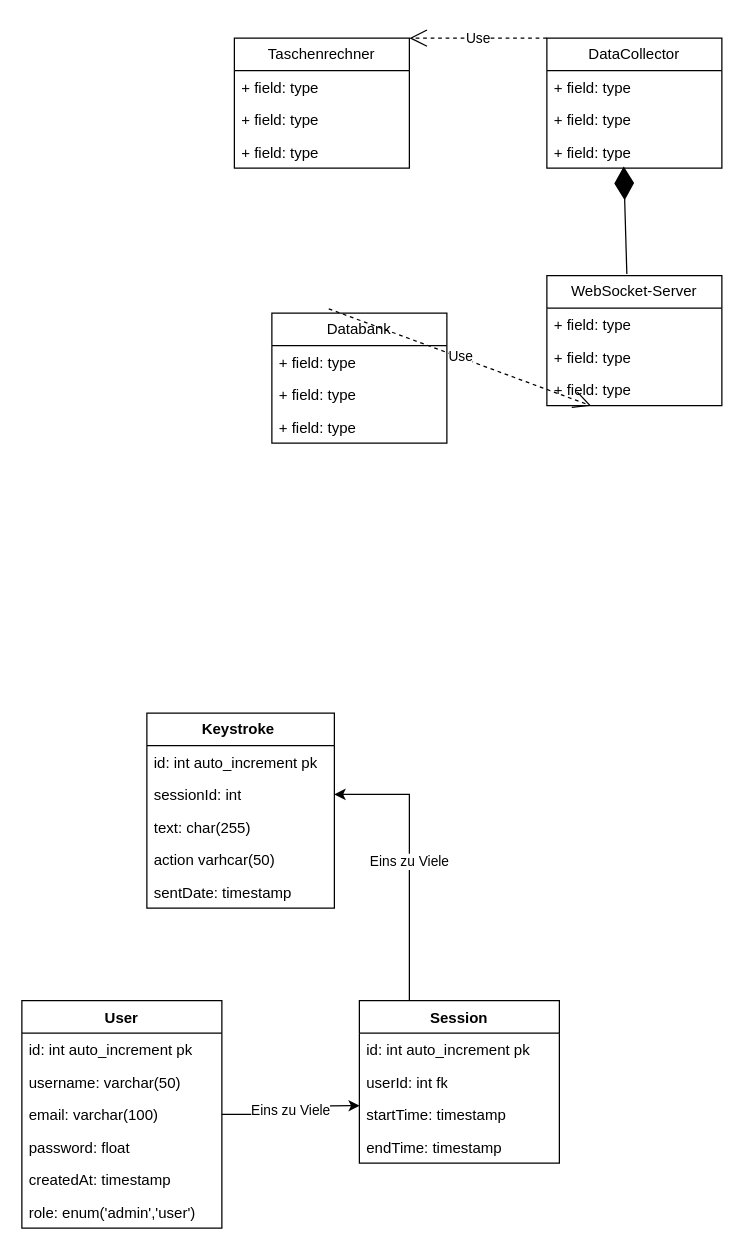
Earlier version of the draw.io diagram abschluss_projekt_modul_295/KlassenDiagramm.drawio (mykhaylo-zhovkevych/Viruses_Collection). Source tidied: cells renumbered, new cells numbered last; positions are measured from the earlier drawing's top-left corner, leaving out a move shared by most shapes. Both pictures are drawn from the tidied source at 125%, with x=0, y=0 at pixel (21, 38).
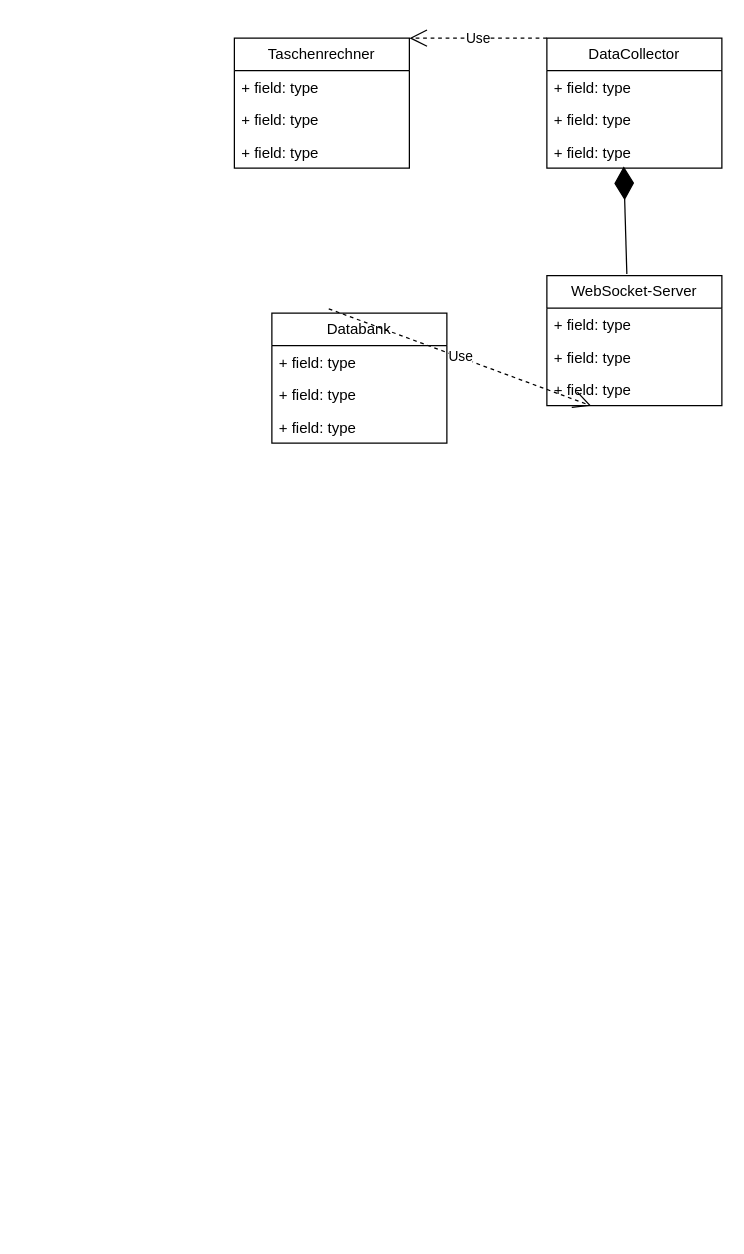
Above is the later version.

What changed in the source:
```diff
@@
-    <mxCell id="21" value="&lt;b&gt;Keystroke&amp;nbsp;&lt;/b&gt;" style="swimlane;fontStyle=0;horizontal=1;startSize=26;fillColor=none;whiteSpace=wrap;html=1;" parent="1" vertex="1">
-      <mxGeometry x="100" y="540" width="150" height="156" as="geometry" />
-    </mxCell>
-    <mxCell id="22" value="id: int auto_increment pk" style="text;strokeColor=none;fillColor=none;align=left;verticalAlign=top;spacingLeft=4;spacingRight=4;overflow=hidden;whiteSpace=wrap;html=1;" parent="21" vertex="1">
-      <mxGeometry y="26" width="150" height="26" as="geometry" />
-    </mxCell>
-    <mxCell id="23" value="sessionId: int" style="text;strokeColor=none;fillColor=none;align=left;verticalAlign=top;spacingLeft=4;spacingRight=4;overflow=hidden;points=[[0,0.5],[1,0.5]];portConstraint=eastwest;whiteSpace=wrap;html=1;" parent="21" vertex="1">
-      <mxGeometry y="52" width="150" height="26" as="geometry" />
-    </mxCell>
-    <mxCell id="24" value="text: char(255)" style="text;strokeColor=none;fillColor=none;align=left;verticalAlign=top;spacingLeft=4;spacingRight=4;overflow=hidden;whiteSpace=wrap;html=1;" parent="21" vertex="1">
-      <mxGeometry y="78" width="150" height="26" as="geometry" />
-    </mxCell>
-    <mxCell id="25" value="action varhcar(50)" style="text;strokeColor=none;fillColor=none;align=left;verticalAlign=top;spacingLeft=4;spacingRight=4;overflow=hidden;whiteSpace=wrap;html=1;" parent="21" vertex="1">
-      <mxGeometry y="104" width="150" height="26" as="geometry" />
-    </mxCell>
-    <mxCell id="26" value="sentDate: timestamp" style="text;strokeColor=none;fillColor=none;align=left;verticalAlign=top;spacingLeft=4;spacingRight=4;overflow=hidden;whiteSpace=wrap;html=1;" parent="21" vertex="1">
-      <mxGeometry y="130" width="150" height="26" as="geometry" />
-    </mxCell>
-    <mxCell id="27" value="User" style="swimlane;fontStyle=1;align=center;verticalAlign=top;horizontal=1;startSize=26;whiteSpace=wrap;html=1;" parent="1" vertex="1">
-      <mxGeometry y="770" width="160" height="182" as="geometry" />
-    </mxCell>
-    <mxCell id="28" value="id: int auto_increment pk" style="text;strokeColor=none;fillColor=none;align=left;verticalAlign=top;spacingLeft=4;spacingRight=4;overflow=hidden;whiteSpace=wrap;html=1;" parent="27" vertex="1">
-      <mxGeometry y="26" width="160" height="26" as="geometry" />
-    </mxCell>
-    <mxCell id="29" value="username: varchar(50)" style="text;strokeColor=none;fillColor=none;align=left;verticalAlign=top;spacingLeft=4;spacingRight=4;overflow=hidden;whiteSpace=wrap;html=1;" parent="27" vertex="1">
-      <mxGeometry y="52" width="160" height="26" as="geometry" />
-    </mxCell>
-    <mxCell id="30" value="email: varchar(100)" style="text;strokeColor=none;fillColor=none;align=left;verticalAlign=top;spacingLeft=4;spacingRight=4;overflow=hidden;points=[[0,0.5],[1,0.5]];portConstraint=eastwest;whiteSpace=wrap;html=1;" parent="27" vertex="1">
-      <mxGeometry y="78" width="160" height="26" as="geometry" />
-    </mxCell>
-    <mxCell id="31" value="password: float" style="text;strokeColor=none;fillColor=none;align=left;verticalAlign=top;spacingLeft=4;spacingRight=4;overflow=hidden;whiteSpace=wrap;html=1;" parent="27" vertex="1">
-      <mxGeometry y="104" width="160" height="26" as="geometry" />
-    </mxCell>
-    <mxCell id="32" value="createdAt: timestamp" style="text;strokeColor=none;fillColor=none;align=left;verticalAlign=top;spacingLeft=4;spacingRight=4;overflow=hidden;whiteSpace=wrap;html=1;" parent="27" vertex="1">
-      <mxGeometry y="130" width="160" height="26" as="geometry" />
-    </mxCell>
-    <mxCell id="33" value="role: enum('admin','user')" style="text;strokeColor=none;fillColor=none;align=left;verticalAlign=top;spacingLeft=4;spacingRight=4;overflow=hidden;whiteSpace=wrap;html=1;" parent="27" vertex="1">
-      <mxGeometry y="156" width="160" height="26" as="geometry" />
-    </mxCell>
-    <mxCell id="34" value="Session" style="swimlane;fontStyle=1;align=center;verticalAlign=top;horizontal=1;startSize=26;whiteSpace=wrap;html=1;" parent="1" vertex="1">
-      <mxGeometry x="270" y="770" width="160" height="130" as="geometry" />
-    </mxCell>
-    <mxCell id="35" value="id: int auto_increment pk" style="text;strokeColor=none;fillColor=none;align=left;verticalAlign=top;spacingLeft=4;spacingRight=4;overflow=hidden;whiteSpace=wrap;html=1;" parent="34" vertex="1">
-      <mxGeometry y="26" width="160" height="26" as="geometry" />
-    </mxCell>
-    <mxCell id="36" value="userId: int fk" style="text;strokeColor=none;fillColor=none;align=left;verticalAlign=top;spacingLeft=4;spacingRight=4;overflow=hidden;whiteSpace=wrap;html=1;" parent="34" vertex="1">
-      <mxGeometry y="52" width="160" height="26" as="geometry" />
-    </mxCell>
-    <mxCell id="37" value="startTime: timestamp&amp;nbsp;" style="text;strokeColor=none;fillColor=none;align=left;verticalAlign=top;spacingLeft=4;spacingRight=4;overflow=hidden;whiteSpace=wrap;html=1;" parent="34" vertex="1">
-      <mxGeometry y="78" width="160" height="26" as="geometry" />
-    </mxCell>
-    <mxCell id="38" value="endTime: timestamp" style="text;strokeColor=none;fillColor=none;align=left;verticalAlign=top;spacingLeft=4;spacingRight=4;overflow=hidden;whiteSpace=wrap;html=1;" parent="34" vertex="1">
-      <mxGeometry y="104" width="160" height="26" as="geometry" />
-    </mxCell>
-    <mxCell id="39" value="Eins zu Viele" style="edgeStyle=orthogonalEdgeStyle;rounded=0;jettySize=auto;html=1;exitX=1;exitY=0.5;exitDx=0;exitDy=0;entryX=0.002;entryY=0.231;entryDx=0;entryDy=0;entryPerimeter=0;" parent="1" edge="1" source="30">
-      <mxGeometry x="-0.01" relative="1" as="geometry">
-        <mxPoint x="270.3" y="854" as="targetPoint" />
-      </mxGeometry>
-    </mxCell>
-    <mxCell id="40" value="Eins zu Viele" style="edgeStyle=orthogonalEdgeStyle;rounded=0;jettySize=auto;html=1;exitX=0.25;exitY=0;exitDx=0;exitDy=0;entryX=1;entryY=0.5;entryDx=0;entryDy=0;" parent="1" edge="1" source="34" target="23">
-      <mxGeometry x="-0.01" relative="1" as="geometry" />
-    </mxCell>
```
